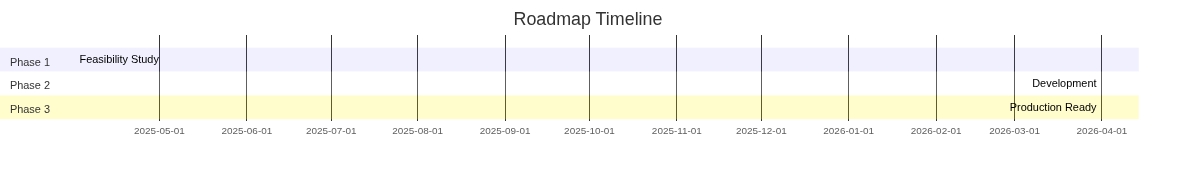
Above: conferences/hdc26/images/roadmap-timeline.png in davidinux/pub (Mermaid), before the change. Its source is kept beside it as conferences/hdc26/diagrams/roadmap-timeline.mmd.
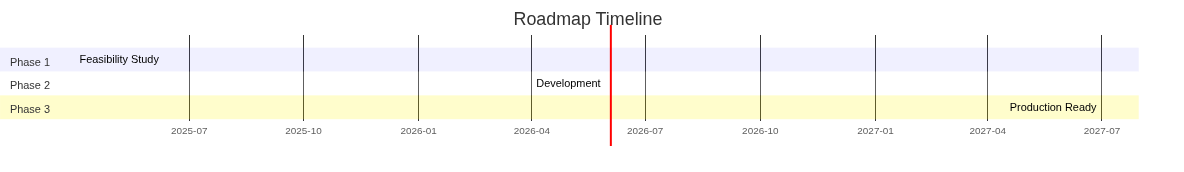
Later version of the same file.

The edit, as a diff of the source:
```diff
@@ -1,9 +1,10 @@
 gantt
     title Roadmap Timeline
     dateFormat  YYYY-MM
+    axisFormat  %Y-%m
     section Phase 1
     Feasibility Study :done, des1, 2025-04-01, 2025-04-30
     section Phase 2
-    Development :active, des2, 2026-04-01, 15m
+    Development :active, des2, 2026-04-01, 2027-06-30
     section Phase 3
-    Production Ready :des3, after des2, 3m
+    Production Ready :des3, 2027-07-01, 2027-09-30
```
